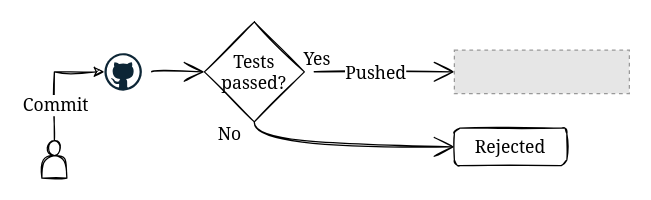
Before: report/images/container_creation.drawio in fedeizzo/ParticleSwarmOptimization-OpenMPI, a draw.io diagram. Source tidied: cells renumbered, new cells numbered last; positions are measured from the earlier drawing's top-left corner, leaving out a move shared by most shapes. Both pictures are drawn from the tidied source at 125%, with x=0, y=0 at pixel (41, 21). Pictures stored in the file or linked from it are replaced by grey dashed boxes.
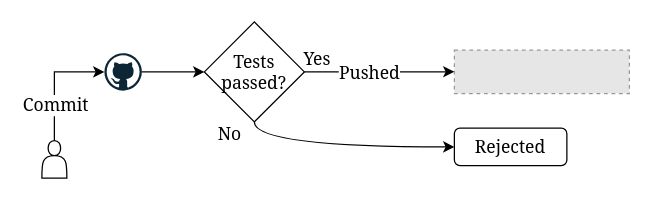
After the change.

Diff of the diagram source:
```diff
@@
 <mxGraphModel>
   <root>
     <mxCell id="0" />
     <mxCell id="1" parent="0" />
-    <mxCell id="2" style="edgeStyle=orthogonalEdgeStyle;rounded=0;jettySize=auto;html=1;sketch=1;" parent="1" edge="1" source="4" target="6">
+    <mxCell id="2" style="edgeStyle=orthogonalEdgeStyle;rounded=0;jettySize=auto;html=1;sketch=0;" parent="1" edge="1" source="4" target="6">
       <mxGeometry relative="1" as="geometry">
         <Array as="points">
           <mxPoint x="10" y="40" />
         </Array>
       </mxGeometry>
     </mxCell>
     <mxCell id="3" value="Commit" style="edgeLabel;html=1;align=center;verticalAlign=middle;fontSize=14;fontFamily=Georgia;" parent="2" vertex="1">
       <mxGeometry x="-0.57" y="-2" relative="1" as="geometry">
         <mxPoint x="-2" y="-9" as="offset" />
       </mxGeometry>
     </mxCell>
-    <mxCell id="4" style="shape=actor;whiteSpace=wrap;html=1;sketch=1;" parent="1" vertex="1">
+    <mxCell id="4" style="shape=actor;whiteSpace=wrap;html=1;sketch=0;" parent="1" vertex="1">
       <mxGeometry y="95" width="20" height="30" as="geometry" />
     </mxCell>
-    <mxCell id="5" style="edgeStyle=orthogonalEdgeStyle;curved=1;rounded=0;sketch=1;hachureGap=4;jettySize=auto;html=1;entryX=0;entryY=0.5;entryDx=0;entryDy=0;fontFamily=Georgia;fontSize=14;endArrow=open;startSize=14;endSize=14;sourcePerimeterSpacing=8;targetPerimeterSpacing=8;" parent="1" edge="1" source="6" target="11">
+    <mxCell id="5" style="edgeStyle=orthogonalEdgeStyle;curved=1;rounded=0;sketch=0;hachureGap=4;jettySize=auto;html=1;entryX=0;entryY=0.5;entryDx=0;entryDy=0;fontFamily=Georgia;fontSize=14;endArrow=classic;startSize=6;endSize=6;sourcePerimeterSpacing=0;targetPerimeterSpacing=0;endFill=1;" parent="1" edge="1" source="6" target="11">
       <mxGeometry relative="1" as="geometry" />
     </mxCell>
     <mxCell id="6" style="dashed=0;outlineConnect=0;html=1;align=center;labelPosition=center;verticalLabelPosition=bottom;verticalAlign=top;shape=mxgraph.weblogos.github;sketch=0;" parent="1" vertex="1">
       <mxGeometry x="50" y="25" width="30" height="30" as="geometry" />
     </mxCell>
     <mxCell id="7" style="fillColor=#E6E6E6;strokeColor=#999999;dashed=1;verticalLabelPosition=bottom;verticalAlign=top;fontFamily=Georgia;fontSize=14;" parent="1" vertex="1">
       <mxGeometry x="330" y="22.6" width="140" height="34.7" as="geometry" />
     </mxCell>
-    <mxCell id="8" style="edgeStyle=orthogonalEdgeStyle;curved=1;rounded=0;sketch=1;hachureGap=4;jettySize=auto;html=1;entryX=0;entryY=0.5;entryDx=0;entryDy=0;fontFamily=Georgia;fontSize=14;endArrow=open;startSize=14;endSize=14;sourcePerimeterSpacing=8;targetPerimeterSpacing=8;" parent="1" edge="1" source="11" target="7">
+    <mxCell id="8" style="edgeStyle=orthogonalEdgeStyle;curved=1;rounded=0;sketch=0;hachureGap=4;jettySize=auto;html=1;entryX=0;entryY=0.5;entryDx=0;entryDy=0;fontFamily=Georgia;fontSize=14;endArrow=classic;startSize=6;endSize=6;sourcePerimeterSpacing=0;targetPerimeterSpacing=0;endFill=1;" parent="1" edge="1" source="11" target="7">
       <mxGeometry relative="1" as="geometry" />
     </mxCell>
     <mxCell id="9" value="Pushed" style="edgeLabel;html=1;align=center;verticalAlign=middle;fontSize=14;fontFamily=Georgia;" parent="8" vertex="1">
       <mxGeometry x="-0.13" y="-1" relative="1" as="geometry" />
     </mxCell>
-    <mxCell id="10" style="edgeStyle=orthogonalEdgeStyle;curved=1;rounded=0;sketch=1;hachureGap=4;jettySize=auto;html=1;entryX=0;entryY=0.5;entryDx=0;entryDy=0;fontFamily=Georgia;fontSize=14;endArrow=open;startSize=14;endSize=14;sourcePerimeterSpacing=8;targetPerimeterSpacing=8;exitX=0.5;exitY=1;exitDx=0;exitDy=0;" parent="1" edge="1" source="11" target="13">
+    <mxCell id="10" style="edgeStyle=orthogonalEdgeStyle;curved=1;rounded=0;sketch=0;hachureGap=4;jettySize=auto;html=1;entryX=0;entryY=0.5;entryDx=0;entryDy=0;fontFamily=Georgia;fontSize=14;endArrow=classic;startSize=6;endSize=6;sourcePerimeterSpacing=0;targetPerimeterSpacing=0;exitX=0.5;exitY=1;exitDx=0;exitDy=0;endFill=1;" parent="1" edge="1" source="11" target="13">
       <mxGeometry relative="1" as="geometry" />
     </mxCell>
-    <mxCell id="11" value="Tests&lt;br&gt;passed?" style="rhombus;whiteSpace=wrap;html=1;sketch=1;hachureGap=4;fontFamily=Georgia;fontSize=14;" parent="1" vertex="1">
+    <mxCell id="11" value="Tests&lt;br&gt;passed?" style="rhombus;whiteSpace=wrap;html=1;sketch=0;hachureGap=4;fontFamily=Georgia;fontSize=14;" parent="1" vertex="1">
       <mxGeometry x="130" width="80" height="80" as="geometry" />
     </mxCell>
     <mxCell id="12" value="Yes" style="text;html=1;align=center;verticalAlign=middle;strokeColor=none;fillColor=none;fontSize=14;fontFamily=Georgia;" parent="1" vertex="1">
       <mxGeometry x="200" y="15" width="40" height="30" as="geometry" />
     </mxCell>
-    <mxCell id="13" value="Rejected" style="rounded=1;whiteSpace=wrap;html=1;sketch=1;hachureGap=4;fontFamily=Georgia;fontSize=14;" parent="1" vertex="1">
+    <mxCell id="13" value="Rejected" style="rounded=1;whiteSpace=wrap;html=1;sketch=0;hachureGap=4;fontFamily=Georgia;fontSize=14;" parent="1" vertex="1">
       <mxGeometry x="330" y="85" width="90" height="30" as="geometry" />
     </mxCell>
-    <mxCell id="14" value="No" style="text;html=1;align=center;verticalAlign=middle;strokeColor=none;fillColor=none;fontSize=14;fontFamily=Georgia;" parent="1" vertex="1">
+    <mxCell id="14" value="No" style="text;html=1;align=center;verticalAlign=middle;strokeColor=none;fillColor=none;fontSize=14;fontFamily=Georgia;sketch=0;" parent="1" vertex="1">
       <mxGeometry x="130" y="75" width="40" height="30" as="geometry" />
     </mxCell>
   </root>
 </mxGraphModel>
```
